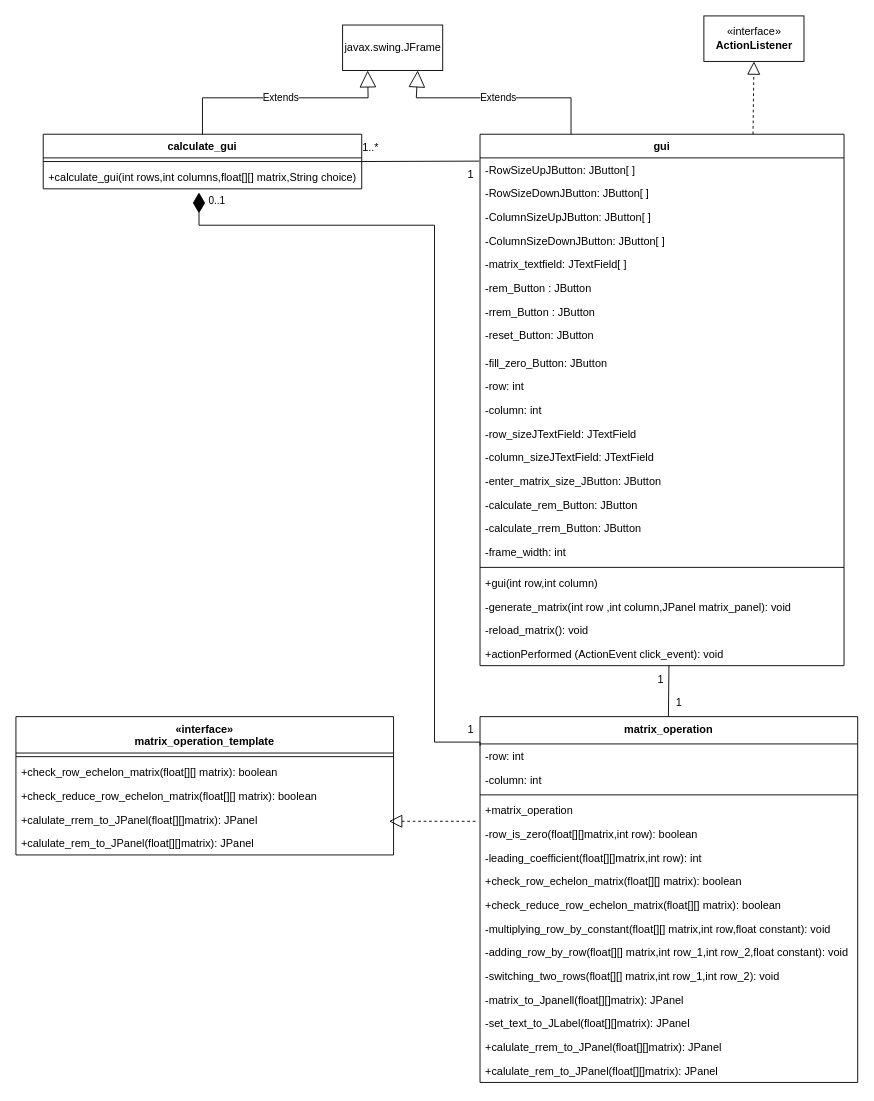
Before: final/diagram/matrix_class_diagram.drawio in lsealedl/Row_Echelon_Matrix, a draw.io diagram. Source tidied: cells renumbered, new cells numbered last; positions are measured from the earlier drawing's top-left corner, leaving out a move shared by most shapes. Both pictures are drawn from the tidied source at 91%, with x=0, y=0 at pixel (15, 15).
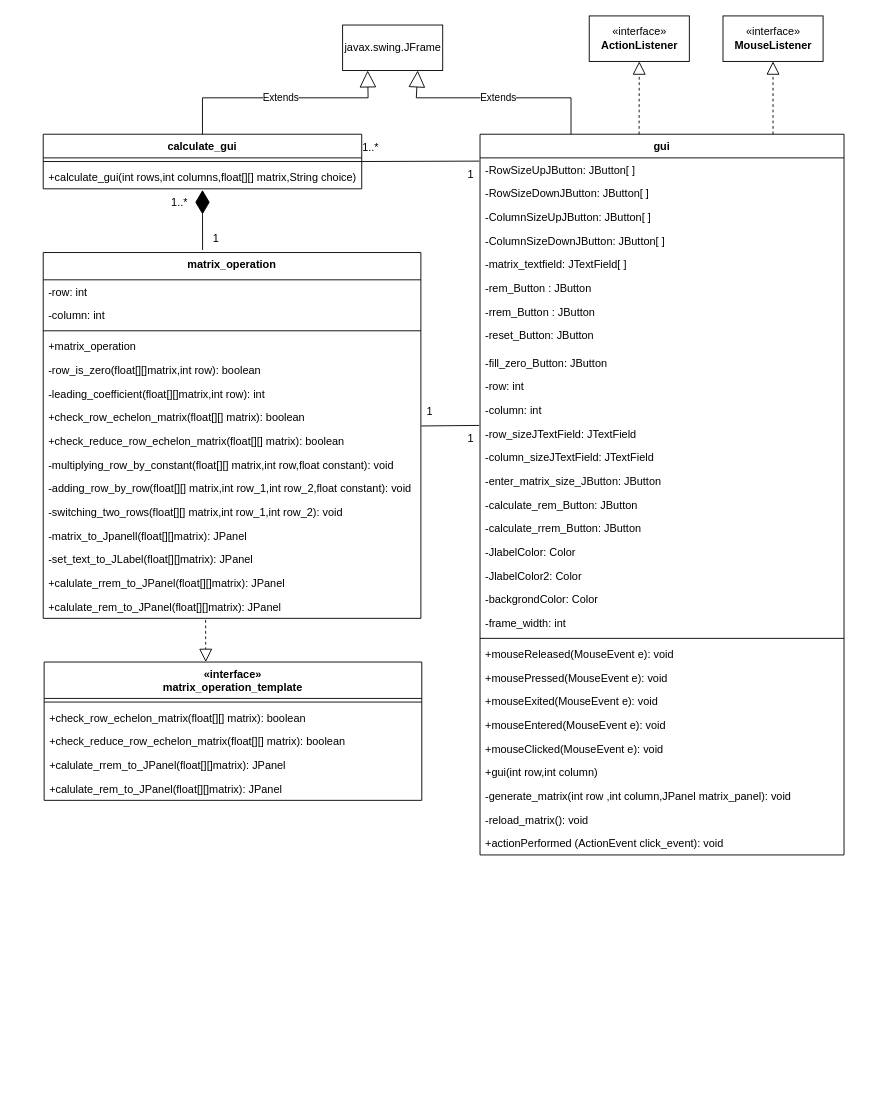
The same page after the edit.

The change refers to these unchanged cells:
```xml
<mxCell id="34" value="+calculate_gui(int rows,int columns,float[][] matrix,String choice)" style="text;strokeColor=none;fillColor=none;align=left;verticalAlign=top;spacingLeft=4;spacingRight=4;overflow=hidden;points=[[0,0.5],[1,0.5]];portConstraint=eastwest;" parent="32" vertex="1">
  <mxGeometry y="34" width="350" height="26" as="geometry" />
</mxCell>
<mxCell id="48" value="-row_is_zero(float[][]matrix,int row): boolean" style="text;strokeColor=none;fillColor=none;align=left;verticalAlign=top;spacingLeft=4;spacingRight=4;overflow=hidden;points=[[0,0.5],[1,0.5]];portConstraint=eastwest;" parent="43" vertex="1">
  <mxGeometry y="116" width="415" height="26" as="geometry" />
</mxCell>
<mxCell id="50" value="+check_row_echelon_matrix(float[][] matrix): boolean" style="text;strokeColor=none;fillColor=none;align=left;verticalAlign=top;spacingLeft=4;spacingRight=4;overflow=hidden;points=[[0,0.5],[1,0.5]];portConstraint=eastwest;" parent="43" vertex="1">
  <mxGeometry y="168" width="415" height="26" as="geometry" />
</mxCell>
<mxCell id="58" value="+calulate_rem_to_JPanel(float[][]matrix): JPanel" style="text;strokeColor=none;fillColor=none;align=left;verticalAlign=top;spacingLeft=4;spacingRight=4;overflow=hidden;points=[[0,0.5],[1,0.5]];portConstraint=eastwest;" parent="43" vertex="1">
  <mxGeometry y="376" width="415" height="26" as="geometry" />
</mxCell>
```

Diff of the diagram source:
```diff
@@
     <mxCell id="2" value="gui" style="swimlane;fontStyle=1;align=center;verticalAlign=top;horizontal=1;startSize=26;rounded=0;shadow=0;strokeWidth=1;" parent="1" vertex="1">
-      <mxGeometry x="510" y="130" width="400" height="584" as="geometry" />
+      <mxGeometry x="510" y="130" width="400" height="792" as="geometry" />
     </mxCell>
@@
+    <mxCell id="64" value="-JlabelColor: Color" style="text;align=left;verticalAlign=top;spacingLeft=4;spacingRight=4;overflow=hidden;rounded=0;shadow=0;html=0;" parent="2" vertex="1">
+      <mxGeometry y="446" width="400" height="26" as="geometry" />
+    </mxCell>
+    <mxCell id="65" value="-JlabelColor2: Color" style="text;align=left;verticalAlign=top;spacingLeft=4;spacingRight=4;overflow=hidden;rounded=0;shadow=0;html=0;" parent="2" vertex="1">
+      <mxGeometry y="472" width="400" height="26" as="geometry" />
+    </mxCell>
+    <mxCell id="66" value="-backgrondColor: Color" style="text;align=left;verticalAlign=top;spacingLeft=4;spacingRight=4;overflow=hidden;rounded=0;shadow=0;html=0;" parent="2" vertex="1">
+      <mxGeometry y="498" width="400" height="26" as="geometry" />
+    </mxCell>
     <mxCell id="19" value="-frame_width: int" style="text;align=left;verticalAlign=top;spacingLeft=4;spacingRight=4;overflow=hidden;rounded=0;shadow=0;html=0;" parent="2" vertex="1">
-      <mxGeometry y="446" width="400" height="26" as="geometry" />
+      <mxGeometry y="524" width="400" height="26" as="geometry" />
     </mxCell>
     <mxCell id="20" style="line;html=1;strokeWidth=1;align=left;verticalAlign=middle;spacingTop=-1;spacingLeft=3;spacingRight=3;labelPosition=right;" parent="2" vertex="1">
-      <mxGeometry y="472" width="400" height="8" as="geometry" />
+      <mxGeometry y="550" width="400" height="8" as="geometry" />
     </mxCell>
+    <mxCell id="67" value="+mouseReleased(MouseEvent e): void" style="text;align=left;verticalAlign=top;spacingLeft=4;spacingRight=4;overflow=hidden;rounded=0;shadow=0;html=0;" parent="2" vertex="1">
+      <mxGeometry y="558" width="400" height="26" as="geometry" />
+    </mxCell>
+    <mxCell id="68" value="+mousePressed(MouseEvent e): void" style="text;align=left;verticalAlign=top;spacingLeft=4;spacingRight=4;overflow=hidden;rounded=0;shadow=0;html=0;" parent="2" vertex="1">
+      <mxGeometry y="584" width="400" height="26" as="geometry" />
+    </mxCell>
+    <mxCell id="69" value="+mouseExited(MouseEvent e): void" style="text;align=left;verticalAlign=top;spacingLeft=4;spacingRight=4;overflow=hidden;rounded=0;shadow=0;html=0;" parent="2" vertex="1">
+      <mxGeometry y="610" width="400" height="26" as="geometry" />
+    </mxCell>
+    <mxCell id="70" value="+mouseEntered(MouseEvent e): void" style="text;align=left;verticalAlign=top;spacingLeft=4;spacingRight=4;overflow=hidden;rounded=0;shadow=0;html=0;" parent="2" vertex="1">
+      <mxGeometry y="636" width="400" height="26" as="geometry" />
+    </mxCell>
+    <mxCell id="71" value="+mouseClicked(MouseEvent e): void" style="text;align=left;verticalAlign=top;spacingLeft=4;spacingRight=4;overflow=hidden;rounded=0;shadow=0;html=0;" parent="2" vertex="1">
+      <mxGeometry y="662" width="400" height="26" as="geometry" />
+    </mxCell>
     <mxCell id="21" value="+gui(int row,int column)" style="text;align=left;verticalAlign=top;spacingLeft=4;spacingRight=4;overflow=hidden;rounded=0;shadow=0;html=0;" parent="2" vertex="1">
-      <mxGeometry y="480" width="400" height="26" as="geometry" />
+      <mxGeometry y="688" width="400" height="26" as="geometry" />
     </mxCell>
     <mxCell id="22" value="-generate_matrix(int row ,int column,JPanel matrix_panel): void" style="text;align=left;verticalAlign=top;spacingLeft=4;spacingRight=4;overflow=hidden;rounded=0;shadow=0;html=0;" parent="2" vertex="1">
-      <mxGeometry y="506" width="400" height="26" as="geometry" />
+      <mxGeometry y="714" width="400" height="26" as="geometry" />
     </mxCell>
     <mxCell id="23" value="-reload_matrix(): void" style="text;align=left;verticalAlign=top;spacingLeft=4;spacingRight=4;overflow=hidden;rounded=0;shadow=0;html=0;" parent="2" vertex="1">
-      <mxGeometry y="532" width="400" height="26" as="geometry" />
+      <mxGeometry y="740" width="400" height="26" as="geometry" />
     </mxCell>
     <mxCell id="24" value="+actionPerformed (ActionEvent click_event): void" style="text;align=left;verticalAlign=top;spacingLeft=4;spacingRight=4;overflow=hidden;points=[[0,0.5],[1,0.5]];portConstraint=eastwest;rounded=0;shadow=0;html=0;" parent="2" vertex="1">
-      <mxGeometry y="558" width="400" height="26" as="geometry" />
+      <mxGeometry y="766" width="400" height="26" as="geometry" />
     </mxCell>
-    <mxCell id="25" style="endArrow=none;html=1;rounded=0;exitX=0.519;exitY=0.995;exitDx=0;exitDy=0;exitPerimeter=0;" parent="1" edge="1" source="24">
-      <mxGeometry relative="1" as="geometry">
-        <mxPoint x="716.9" y="783" as="targetPoint" />
-      </mxGeometry>
-    </mxCell>
     <mxCell id="26" value="«interface»&lt;br&gt;&lt;b&gt;ActionListener&lt;/b&gt;" style="html=1;" parent="1" vertex="1">
-      <mxGeometry x="756" width="110" height="50" as="geometry" />
+      <mxGeometry x="630" width="110" height="50" as="geometry" />
     </mxCell>
-    <mxCell id="27" style="endArrow=block;dashed=1;endFill=0;endSize=12;html=1;rounded=0;entryX=0.5;entryY=1;entryDx=0;entryDy=0;exitX=0.75;exitY=0;exitDx=0;exitDy=0;" parent="1" edge="1" source="2" target="26">
+    <mxCell id="27" style="endArrow=block;dashed=1;endFill=0;endSize=12;html=1;rounded=0;entryX=0.5;entryY=1;entryDx=0;entryDy=0;exitX=0.437;exitY=0;exitDx=0;exitDy=0;exitPerimeter=0;" parent="1" edge="1" source="2" target="26">
       <mxGeometry relative="1" as="geometry" />
     </mxCell>
-    <mxCell id="28" value="1" style="text;html=1;strokeColor=none;fillColor=none;align=center;verticalAlign=middle;whiteSpace=wrap;rounded=0;" parent="1" vertex="1">
-      <mxGeometry x="719" y="740" width="20" height="30" as="geometry" />
-    </mxCell>
-    <mxCell id="29" value="1" style="text;html=1;strokeColor=none;fillColor=none;align=center;verticalAlign=middle;whiteSpace=wrap;rounded=0;" parent="1" vertex="1">
-      <mxGeometry x="699" y="714" width="20" height="30" as="geometry" />
-    </mxCell>
-    <mxCell id="30" style="endArrow=block;dashed=1;endFill=0;endSize=12;html=1;rounded=0;exitX=-0.012;exitY=-0.038;exitDx=0;exitDy=0;exitPerimeter=0;" parent="1" edge="1" source="48">
-      <mxGeometry relative="1" as="geometry">
-        <mxPoint x="410" y="885" as="targetPoint" />
-      </mxGeometry>
-    </mxCell>
@@
     <mxCell id="37" value="«interface»&#10;matrix_operation_template" style="swimlane;fontStyle=1;align=center;verticalAlign=top;horizontal=1;startSize=40;" parent="1" vertex="1">
-      <mxGeometry y="770" width="415" height="152" as="geometry" />
+      <mxGeometry x="31" y="710" width="415" height="152" as="geometry" />
     </mxCell>
@@
     <mxCell id="43" value="matrix_operation" style="swimlane;fontStyle=1;align=center;verticalAlign=top;horizontal=1;startSize=30;" parent="1" vertex="1">
-      <mxGeometry x="510" y="770" width="415" height="402" as="geometry" />
+      <mxGeometry x="30" y="260" width="415" height="402" as="geometry" />
     </mxCell>
@@
-    <mxCell id="62" value="0..1" style="endArrow=none;html=1;startArrow=diamondThin;startFill=1;edgeStyle=orthogonalEdgeStyle;align=left;verticalAlign=bottom;rounded=0;endFill=0;targetPerimeterSpacing=0;endSize=6;startSize=20;exitX=0.489;exitY=1.154;exitDx=0;exitDy=0;exitPerimeter=0;entryX=0;entryY=0.08;entryDx=0;entryDy=0;entryPerimeter=0;" parent="1" edge="1" source="34" target="43">
-      <mxGeometry x="-0.96" y="9" relative="1" as="geometry">
-        <Array as="points">
-          <mxPoint x="201" y="230" />
-          <mxPoint x="460" y="230" />
-          <mxPoint x="460" y="798" />
-        </Array>
-      </mxGeometry>
-    </mxCell>
-    <mxCell id="63" value="1" style="text;html=1;strokeColor=none;fillColor=none;align=center;verticalAlign=middle;whiteSpace=wrap;rounded=0;" parent="1" vertex="1">
-      <mxGeometry x="490" y="770" width="20" height="30" as="geometry" />
-    </mxCell>
+    <mxCell id="72" value="«interface»&lt;br&gt;&lt;b&gt;MouseListener&lt;/b&gt;" style="html=1;" parent="1" vertex="1">
+      <mxGeometry x="777" width="110" height="50" as="geometry" />
+    </mxCell>
+    <mxCell id="73" style="endArrow=block;dashed=1;endFill=0;endSize=12;html=1;rounded=0;entryX=0.5;entryY=1;entryDx=0;entryDy=0;exitX=0.805;exitY=0;exitDx=0;exitDy=0;exitPerimeter=0;" parent="1" edge="1" source="2" target="72">
+      <mxGeometry relative="1" as="geometry" />
+    </mxCell>
+    <mxCell id="74" style="endArrow=diamondThin;endFill=1;endSize=24;html=1;rounded=0;entryX=0.5;entryY=1.048;entryDx=0;entryDy=0;entryPerimeter=0;exitX=0.422;exitY=-0.007;exitDx=0;exitDy=0;exitPerimeter=0;" parent="1" edge="1" source="43" target="34">
+      <mxGeometry relative="1" as="geometry" />
+    </mxCell>
+    <mxCell id="75" value="1..*" style="text;html=1;strokeColor=none;fillColor=none;align=center;verticalAlign=middle;whiteSpace=wrap;rounded=0;" parent="1" vertex="1">
+      <mxGeometry x="170" y="190" width="20" height="30" as="geometry" />
+    </mxCell>
+    <mxCell id="76" value="1" style="text;html=1;strokeColor=none;fillColor=none;align=center;verticalAlign=middle;whiteSpace=wrap;rounded=0;" parent="1" vertex="1">
+      <mxGeometry x="210" y="230" width="20" height="30" as="geometry" />
+    </mxCell>
+    <mxCell id="77" style="endArrow=block;dashed=1;endFill=0;endSize=12;html=1;rounded=0;exitX=0.43;exitY=1.071;exitDx=0;exitDy=0;exitPerimeter=0;entryX=0.428;entryY=0;entryDx=0;entryDy=0;entryPerimeter=0;" parent="1" edge="1" source="58" target="37">
+      <mxGeometry relative="1" as="geometry" />
+    </mxCell>
+    <mxCell id="78" style="endArrow=none;html=1;rounded=0;exitX=1.001;exitY=0.869;exitDx=0;exitDy=0;exitPerimeter=0;" parent="1" edge="1" source="50">
+      <mxGeometry relative="1" as="geometry">
+        <mxPoint x="509" y="450" as="targetPoint" />
+      </mxGeometry>
+    </mxCell>
+    <mxCell id="79" value="1" style="text;html=1;strokeColor=none;fillColor=none;align=center;verticalAlign=middle;whiteSpace=wrap;rounded=0;" parent="1" vertex="1">
+      <mxGeometry x="445" y="420" width="20" height="30" as="geometry" />
+    </mxCell>
+    <mxCell id="80" value="1" style="text;html=1;strokeColor=none;fillColor=none;align=center;verticalAlign=middle;whiteSpace=wrap;rounded=0;" parent="1" vertex="1">
+      <mxGeometry x="490" y="450" width="20" height="30" as="geometry" />
+    </mxCell>
```
